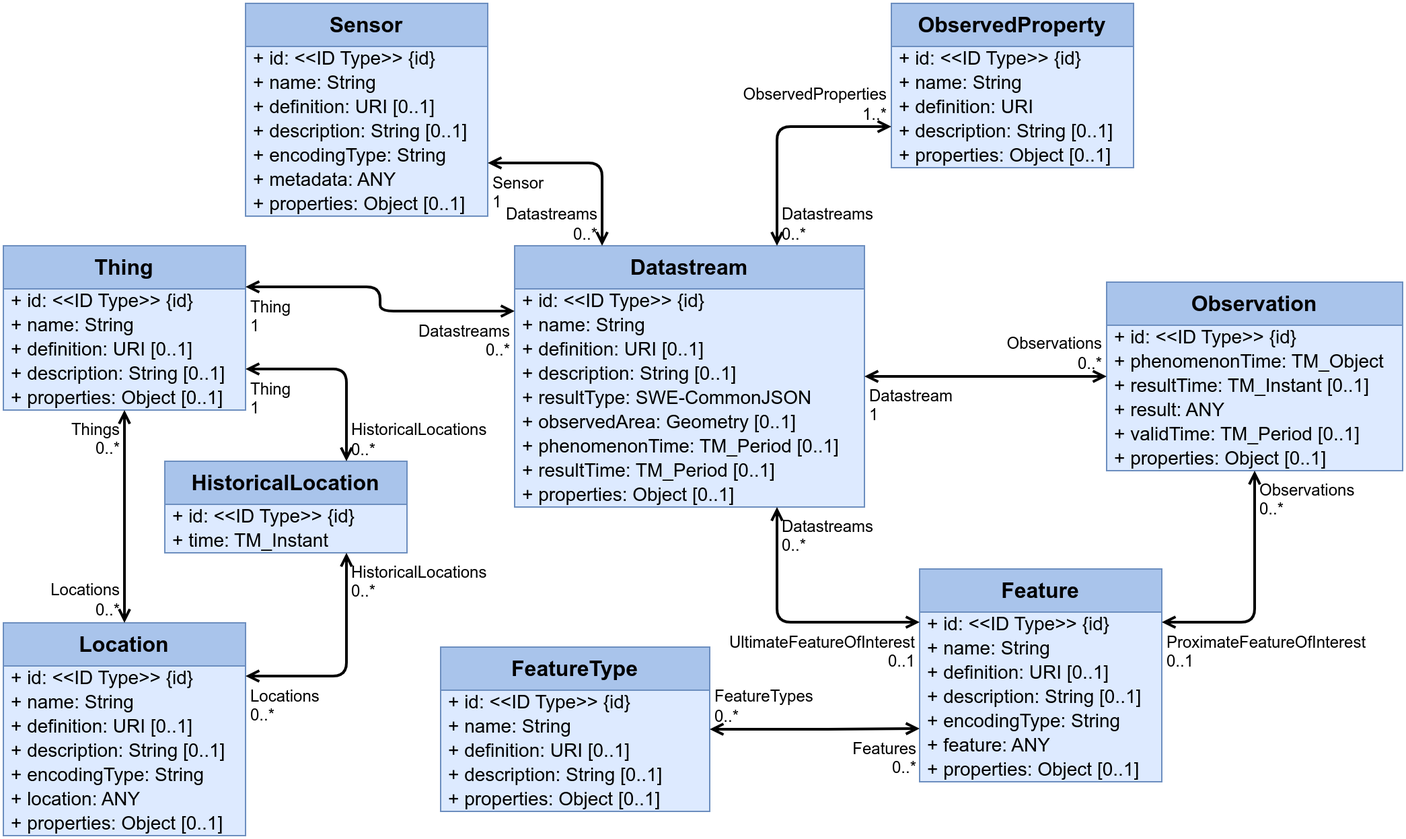
Earlier version of the draw.io export figures/Datamodel-SensorThingsApi-V2-Core.drawio.png (opengeospatial/sensorthings). Source tidied: cells renumbered, new cells last; positions are measured from the earlier drawing's top-left corner, leaving out a move shared by most shapes.
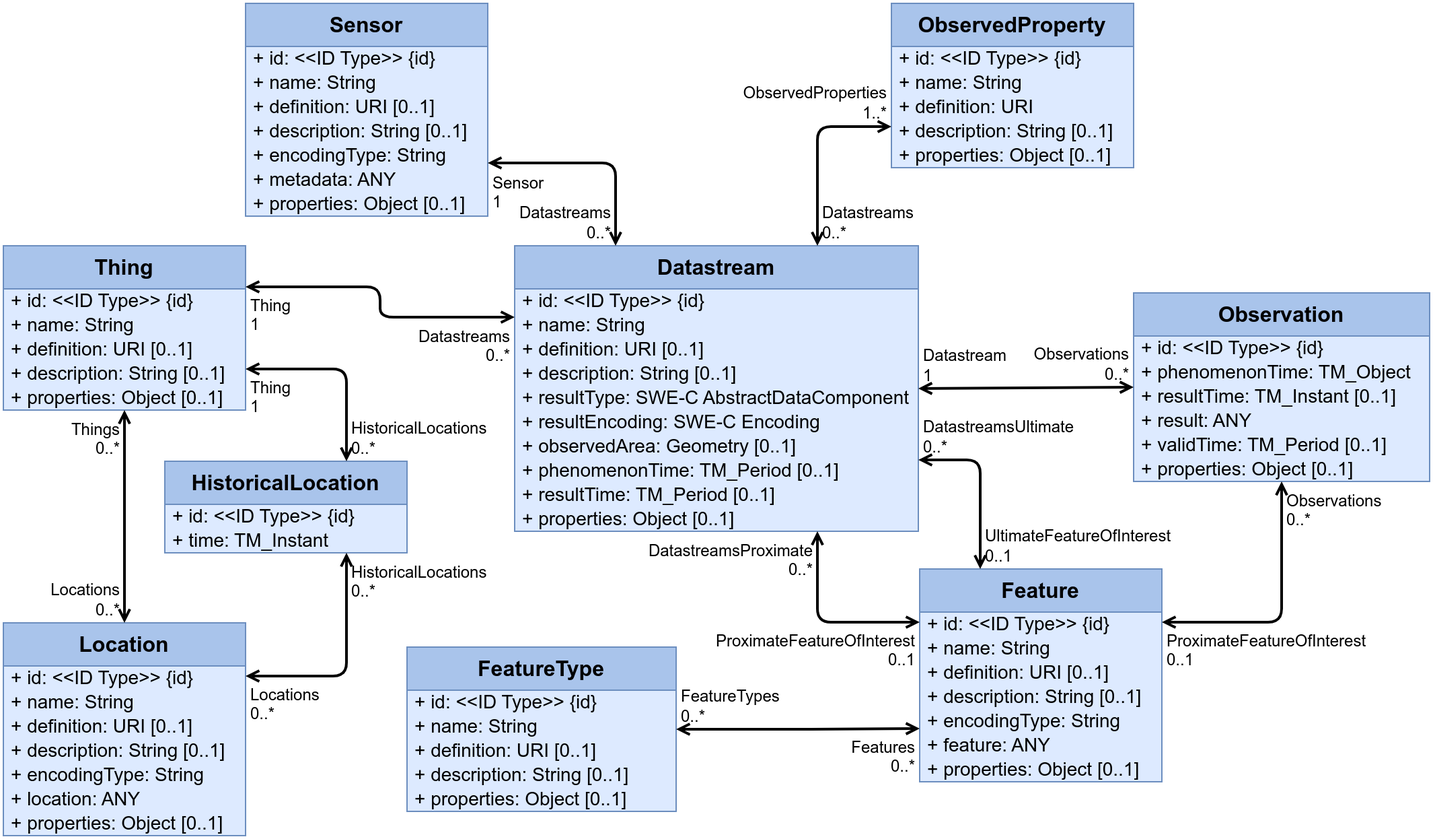
Above is the later version.

Commit message:
Added ProximateFeatureOfInterest link to Datastream

The edit, as a diff of the source:
```diff
@@ -3,34 +3,37 @@
     <mxCell id="0" />
     <mxCell id="1" parent="0" />
     <mxCell id="2" value="Datastream" style="swimlane;fontStyle=1;horizontal=1;startSize=32;fontSize=16;whiteSpace=wrap;html=1;fillColor=#A9C4EB;strokeColor=#6c8ebf;swimlaneFillColor=#DDEAFF;verticalAlign=top;" parent="1" vertex="1">
-      <mxGeometry x="380" y="180" width="260" height="194" as="geometry" />
+      <mxGeometry x="380" y="180" width="300" height="212" as="geometry" />
     </mxCell>
     <mxCell id="3" value="+&amp;nbsp;id: &amp;lt;&amp;lt;ID Type&amp;gt;&amp;gt; {id}" style="text;strokeColor=none;fillColor=none;align=left;verticalAlign=middle;spacingLeft=4;spacingRight=4;overflow=visible;html=1;fontSize=14;" parent="2" vertex="1">
-      <mxGeometry y="32" width="260" height="18" as="geometry" />
+      <mxGeometry y="32" width="300" height="18" as="geometry" />
     </mxCell>
     <mxCell id="4" value="+ name: String" style="text;strokeColor=none;fillColor=none;align=left;verticalAlign=middle;spacingLeft=4;spacingRight=4;overflow=visible;html=1;fontSize=14;" parent="2" vertex="1">
-      <mxGeometry y="50" width="260" height="18" as="geometry" />
+      <mxGeometry y="50" width="300" height="18" as="geometry" />
     </mxCell>
     <mxCell id="5" value="+&amp;nbsp;definition: URI&amp;nbsp;[0..1]" style="text;strokeColor=none;fillColor=none;align=left;verticalAlign=middle;spacingLeft=4;spacingRight=4;overflow=visible;html=1;fontSize=14;" parent="2" vertex="1">
-      <mxGeometry y="68" width="260" height="18" as="geometry" />
+      <mxGeometry y="68" width="300" height="18" as="geometry" />
     </mxCell>
     <mxCell id="6" value="+&amp;nbsp;description: String&amp;nbsp;[0..1]" style="text;strokeColor=none;fillColor=none;align=left;verticalAlign=middle;spacingLeft=4;spacingRight=4;overflow=visible;html=1;fontSize=14;" parent="2" vertex="1">
-      <mxGeometry y="86" width="260" height="18" as="geometry" />
+      <mxGeometry y="86" width="300" height="18" as="geometry" />
     </mxCell>
-    <mxCell id="7" value="+ resultType: SWE-CommonJSON" style="text;strokeColor=none;fillColor=none;align=left;verticalAlign=middle;spacingLeft=4;spacingRight=4;overflow=visible;html=1;fontSize=14;" parent="2" vertex="1">
-      <mxGeometry y="104" width="260" height="18" as="geometry" />
+    <mxCell id="7" value="+ resultType: SWE-C AbstractDataComponent" style="text;strokeColor=none;fillColor=none;align=left;verticalAlign=middle;spacingLeft=4;spacingRight=4;overflow=visible;html=1;fontSize=14;" parent="2" vertex="1">
+      <mxGeometry y="104" width="300" height="18" as="geometry" />
     </mxCell>
+    <mxCell id="94" value="+ resultEncoding: SWE-C Encoding" style="text;strokeColor=none;fillColor=none;align=left;verticalAlign=middle;spacingLeft=4;spacingRight=4;overflow=visible;html=1;fontSize=14;" parent="2" vertex="1">
+      <mxGeometry y="122" width="300" height="18" as="geometry" />
+    </mxCell>
     <mxCell id="8" value="+&amp;nbsp;observedArea: Geometry&amp;nbsp;[0..1]" style="text;strokeColor=none;fillColor=none;align=left;verticalAlign=middle;spacingLeft=4;spacingRight=4;overflow=visible;html=1;fontSize=14;" parent="2" vertex="1">
-      <mxGeometry y="122" width="260" height="18" as="geometry" />
+      <mxGeometry y="140" width="300" height="18" as="geometry" />
     </mxCell>
     <mxCell id="9" value="+&amp;nbsp;phenomenonTime:&amp;nbsp;TM_Period&amp;nbsp;[0..1]" style="text;strokeColor=none;fillColor=none;align=left;verticalAlign=middle;spacingLeft=4;spacingRight=4;overflow=visible;html=1;fontSize=14;" parent="2" vertex="1">
-      <mxGeometry y="140" width="260" height="18" as="geometry" />
+      <mxGeometry y="158" width="300" height="18" as="geometry" />
     </mxCell>
     <mxCell id="10" value="+&amp;nbsp;resultTime:&amp;nbsp;TM_Period&amp;nbsp;[0..1]" style="text;strokeColor=none;fillColor=none;align=left;verticalAlign=middle;spacingLeft=4;spacingRight=4;overflow=visible;html=1;fontSize=14;" parent="2" vertex="1">
-      <mxGeometry y="158" width="260" height="18" as="geometry" />
+      <mxGeometry y="176" width="300" height="18" as="geometry" />
     </mxCell>
     <mxCell id="11" value="+&amp;nbsp;properties: Object&amp;nbsp;[0..1]" style="text;strokeColor=none;fillColor=none;align=left;verticalAlign=middle;spacingLeft=4;spacingRight=4;overflow=visible;html=1;fontSize=14;" parent="2" vertex="1">
-      <mxGeometry y="176" width="260" height="18" as="geometry" />
+      <mxGeometry y="194" width="300" height="18" as="geometry" />
     </mxCell>
     <mxCell id="12" value="Feature" style="swimlane;fontStyle=1;horizontal=1;startSize=32;fontSize=16;whiteSpace=wrap;html=1;fillColor=#A9C4EB;strokeColor=#6c8ebf;swimlaneFillColor=#DDEAFF;verticalAlign=top;" parent="1" vertex="1">
       <mxGeometry x="681" y="420" width="180" height="158" as="geometry" />
@@ -59,14 +62,14 @@
     <mxCell id="20" style="endArrow=open;startArrow=open;html=1;rounded=1;exitX=0;exitY=0.25;exitDx=0;exitDy=0;edgeStyle=orthogonalEdgeStyle;entryX=0.75;entryY=1;entryDx=0;entryDy=0;curved=0;strokeWidth=2;startFill=0;endFill=0;" parent="1" edge="1" source="12" target="2">
       <mxGeometry relative="1" as="geometry" />
     </mxCell>
-    <mxCell id="21" value="UltimateFeatureOfInterest&lt;br&gt;0..1" style="edgeLabel;html=1;align=right;verticalAlign=top;labelBackgroundColor=none;fontSize=12;spacingLeft=1;spacing=3;spacingRight=2;" parent="20" vertex="1">
+    <mxCell id="21" value="ProximateFeatureOfInterest&lt;br&gt;0..1" style="edgeLabel;html=1;align=right;verticalAlign=top;labelBackgroundColor=none;fontSize=12;spacingLeft=1;spacing=3;spacingRight=2;" parent="20" vertex="1">
       <mxGeometry x="-1" relative="1" as="geometry" />
     </mxCell>
-    <mxCell id="22" value="Datastreams&lt;br&gt;0..*" style="edgeLabel;html=1;align=left;verticalAlign=top;labelBackgroundColor=none;fontSize=12;spacingLeft=1;spacing=3;spacingRight=2;" parent="20" vertex="1">
+    <mxCell id="22" value="DatastreamsProximate&lt;br&gt;0..*" style="edgeLabel;html=1;align=right;verticalAlign=top;labelBackgroundColor=none;fontSize=12;spacingLeft=1;spacing=3;spacingRight=2;" parent="20" vertex="1">
       <mxGeometry x="1" relative="1" as="geometry" />
     </mxCell>
     <mxCell id="23" value="FeatureType" style="swimlane;fontStyle=1;horizontal=1;startSize=32;fontSize=16;whiteSpace=wrap;html=1;fillColor=#A9C4EB;strokeColor=#6c8ebf;swimlaneFillColor=#DDEAFF;verticalAlign=top;" parent="1" vertex="1">
-      <mxGeometry x="325" y="478" width="200" height="122" as="geometry" />
+      <mxGeometry x="300" y="478" width="200" height="122" as="geometry" />
     </mxCell>
     <mxCell id="24" value="+&amp;nbsp;id: &amp;lt;&amp;lt;ID Type&amp;gt;&amp;gt;&amp;nbsp;{id}" style="text;strokeColor=none;fillColor=none;align=left;verticalAlign=middle;spacingLeft=4;spacingRight=4;overflow=visible;html=1;fontSize=14;" parent="23" vertex="1">
       <mxGeometry y="32" width="200" height="18" as="geometry" />
@@ -135,7 +138,7 @@
       <mxGeometry x="1" relative="1" as="geometry" />
     </mxCell>
     <mxCell id="46" value="Observation" style="swimlane;fontStyle=1;horizontal=1;startSize=32;fontSize=16;whiteSpace=wrap;html=1;fillColor=#A9C4EB;strokeColor=#6c8ebf;swimlaneFillColor=#DDEAFF;verticalAlign=top;" parent="1" vertex="1">
-      <mxGeometry x="820" y="207" width="220" height="140" as="geometry" />
+      <mxGeometry x="840" y="215" width="220" height="140" as="geometry" />
     </mxCell>
     <mxCell id="47" value="+&amp;nbsp;id: &amp;lt;&amp;lt;ID Type&amp;gt;&amp;gt;&amp;nbsp;{id}" style="text;strokeColor=none;fillColor=none;align=left;verticalAlign=middle;spacingLeft=4;spacingRight=4;overflow=visible;html=1;fontSize=14;" parent="46" vertex="1">
       <mxGeometry y="32" width="220" height="18" as="geometry" />
@@ -155,13 +158,13 @@
     <mxCell id="52" value="+&amp;nbsp;properties: Object&amp;nbsp;[0..1]" style="text;strokeColor=none;fillColor=none;align=left;verticalAlign=middle;spacingLeft=4;spacingRight=4;overflow=visible;html=1;fontSize=14;" parent="46" vertex="1">
       <mxGeometry y="122" width="220" height="18" as="geometry" />
     </mxCell>
-    <mxCell id="53" style="endArrow=open;startArrow=open;html=1;rounded=1;exitX=0;exitY=0.5;exitDx=0;exitDy=0;entryX=1;entryY=0.5;entryDx=0;entryDy=0;edgeStyle=orthogonalEdgeStyle;strokeWidth=2;curved=0;startFill=0;endFill=0;" parent="1" edge="1" source="46" target="2">
+    <mxCell id="53" style="endArrow=open;startArrow=open;html=1;rounded=1;exitX=0;exitY=0.5;exitDx=0;exitDy=0;entryX=1;entryY=0.5;entryDx=0;entryDy=0;strokeWidth=2;startFill=0;endFill=0;" parent="1" edge="1" source="46" target="2">
       <mxGeometry relative="1" as="geometry" />
     </mxCell>
     <mxCell id="54" value="Observations&lt;br&gt;0..*" style="edgeLabel;html=1;align=right;verticalAlign=bottom;labelBackgroundColor=none;fontSize=12;spacingLeft=1;spacing=3;spacingRight=2;" parent="53" vertex="1">
       <mxGeometry x="-1" relative="1" as="geometry" />
     </mxCell>
-    <mxCell id="55" value="Datastream&lt;br&gt;1" style="edgeLabel;html=1;align=left;verticalAlign=top;labelBackgroundColor=none;fontSize=12;spacingLeft=1;spacing=3;spacingRight=2;" parent="53" vertex="1">
+    <mxCell id="55" value="Datastream&lt;br&gt;1" style="edgeLabel;html=1;align=left;verticalAlign=bottom;labelBackgroundColor=none;fontSize=12;spacingLeft=1;spacing=3;spacingRight=2;" parent="53" vertex="1">
       <mxGeometry x="1" relative="1" as="geometry" />
     </mxCell>
     <mxCell id="56" style="endArrow=open;startArrow=open;html=1;rounded=1;exitX=0.5;exitY=1;exitDx=0;exitDy=0;edgeStyle=orthogonalEdgeStyle;entryX=1;entryY=0.25;entryDx=0;entryDy=0;curved=0;strokeWidth=2;startFill=0;endFill=0;" parent="1" edge="1" source="46" target="12">
@@ -278,5 +281,14 @@
     <mxCell id="93" value="Datastreams&lt;br&gt;0..*" style="edgeLabel;html=1;align=right;verticalAlign=top;labelBackgroundColor=none;fontSize=12;spacingLeft=1;spacing=3;spacingRight=2;" parent="91" vertex="1">
       <mxGeometry x="1" relative="1" as="geometry" />
     </mxCell>
+    <mxCell id="95" style="endArrow=open;startArrow=open;html=1;rounded=1;exitX=0.25;exitY=0;exitDx=0;exitDy=0;edgeStyle=orthogonalEdgeStyle;entryX=1;entryY=0.75;entryDx=0;entryDy=0;curved=0;strokeWidth=2;startFill=0;endFill=0;" parent="1" edge="1" source="12" target="2">
+      <mxGeometry relative="1" as="geometry" />
+    </mxCell>
+    <mxCell id="96" value="UltimateFeatureOfInterest&lt;br&gt;0..1" style="edgeLabel;html=1;align=left;verticalAlign=bottom;labelBackgroundColor=none;fontSize=12;spacingLeft=1;spacing=3;spacingRight=2;" parent="95" vertex="1">
+      <mxGeometry x="-1" relative="1" as="geometry" />
+    </mxCell>
+    <mxCell id="97" value="DatastreamsUltimate&lt;br&gt;0..*" style="edgeLabel;html=1;align=left;verticalAlign=bottom;labelBackgroundColor=none;fontSize=12;spacingLeft=1;spacing=3;spacingRight=2;" parent="95" vertex="1">
+      <mxGeometry x="1" relative="1" as="geometry" />
+    </mxCell>
   </root>
 </mxGraphModel>
```
